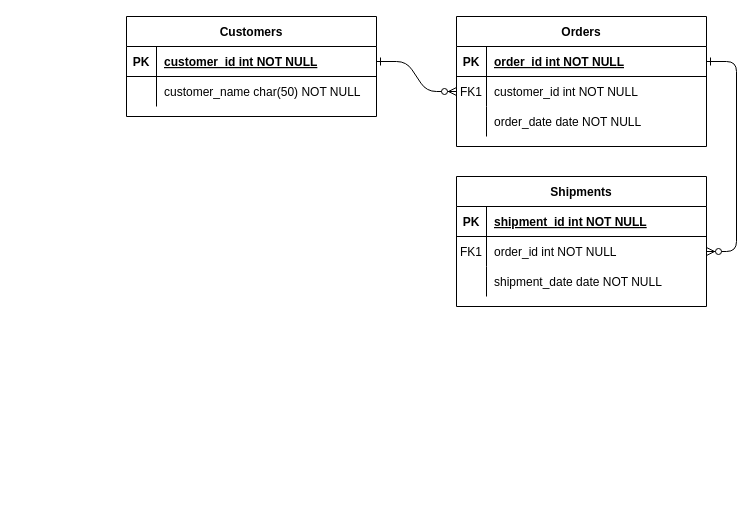
Above: bubgeting app.drawio in hieuchi04/draw.io (draw.io), before the change. Source tidied: cells renumbered, new cells numbered last; positions are measured from the earlier drawing's top-left corner, leaving out a move shared by most shapes. Both pictures are drawn from the tidied source at 100%, with x=0, y=0 at pixel (126, 16).
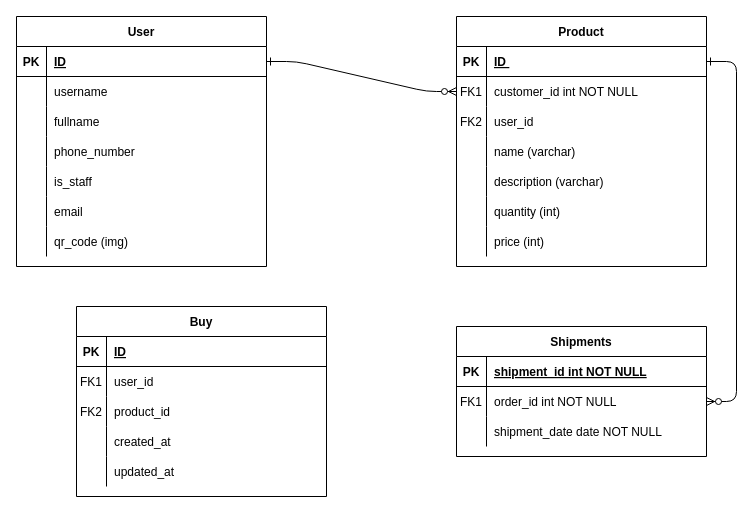
The same page after the edit.

The change refers to these unchanged cells:
```xml
<mxCell id="5" style="shape=partialRectangle;fillColor=none;points=[[0,0.5],[1,0.5]];portConstraint=eastwest;top=0;left=0;right=0;bottom=1;" parent="4" vertex="1">
  <mxGeometry y="30" width="250" height="30" as="geometry" />
</mxCell>
<mxCell id="25" style="shape=partialRectangle;fillColor=none;points=[[0,0.5],[1,0.5]];portConstraint=eastwest;top=0;left=0;right=0;bottom=1;" parent="24" vertex="1">
  <mxGeometry y="30" width="250" height="30" as="geometry" />
</mxCell>
<mxCell id="28" style="shape=partialRectangle;fillColor=none;top=0;left=0;right=0;bottom=0;" parent="24" vertex="1">
  <mxGeometry y="60" width="250" height="30" as="geometry" />
</mxCell>
```

What changed in the source:
```diff
@@
-    <mxCell id="4" value="Orders" style="shape=table;startSize=30;childLayout=tableLayout;rowLines=0;fontStyle=1;align=center;" parent="1" vertex="1">
-      <mxGeometry x="330" width="250" height="130" as="geometry" />
+    <mxCell id="4" value="Product" style="shape=table;startSize=30;childLayout=tableLayout;rowLines=0;fontStyle=1;align=center;" parent="1" vertex="1">
+      <mxGeometry x="330" width="250" height="250" as="geometry" />
     </mxCell>
@@
-    <mxCell id="7" value="order_id int NOT NULL " style="shape=partialRectangle;overflow=hidden;fillColor=none;top=0;left=0;bottom=0;right=0;align=left;spacingLeft=6;fontStyle=5;" parent="5" vertex="1">
+    <mxCell id="7" value="ID " style="shape=partialRectangle;overflow=hidden;fillColor=none;top=0;left=0;bottom=0;right=0;align=left;spacingLeft=6;fontStyle=5;" parent="5" vertex="1">
       <mxGeometry x="30" width="220" height="30" as="geometry" />
     </mxCell>
@@
+    <mxCell id="31" style="shape=partialRectangle;fillColor=none;top=0;left=0;right=0;bottom=0;" parent="4" vertex="1">
+      <mxGeometry y="90" width="250" height="30" as="geometry" />
+    </mxCell>
+    <mxCell id="32" value="FK2" style="shape=partialRectangle;overflow=hidden;fillColor=none;top=0;left=0;bottom=0;right=0;" parent="31" vertex="1">
+      <mxGeometry width="30" height="30" as="geometry" />
+    </mxCell>
+    <mxCell id="33" value="user_id" style="shape=partialRectangle;overflow=hidden;fillColor=none;top=0;left=0;bottom=0;right=0;align=left;spacingLeft=6;" parent="31" vertex="1">
+      <mxGeometry x="30" width="220" height="30" as="geometry" />
+    </mxCell>
     <mxCell id="11" style="shape=partialRectangle;fillColor=none;top=0;left=0;right=0;bottom=0;" parent="4" vertex="1">
-      <mxGeometry y="90" width="250" height="30" as="geometry" />
+      <mxGeometry y="120" width="250" height="30" as="geometry" />
     </mxCell>
@@
-    <mxCell id="13" value="order_date date NOT NULL" style="shape=partialRectangle;overflow=hidden;fillColor=none;top=0;left=0;bottom=0;right=0;align=left;spacingLeft=6;" parent="11" vertex="1">
+    <mxCell id="13" value="name (varchar)" style="shape=partialRectangle;overflow=hidden;fillColor=none;top=0;left=0;bottom=0;right=0;align=left;spacingLeft=6;" parent="11" vertex="1">
       <mxGeometry x="30" width="220" height="30" as="geometry" />
     </mxCell>
+    <mxCell id="34" style="shape=partialRectangle;fillColor=none;top=0;left=0;right=0;bottom=0;" parent="4" vertex="1">
+      <mxGeometry y="150" width="250" height="30" as="geometry" />
+    </mxCell>
+    <mxCell id="35" style="shape=partialRectangle;overflow=hidden;fillColor=none;top=0;left=0;bottom=0;right=0;" parent="34" vertex="1">
+      <mxGeometry width="30" height="30" as="geometry" />
+    </mxCell>
+    <mxCell id="36" value="description (varchar)" style="shape=partialRectangle;overflow=hidden;fillColor=none;top=0;left=0;bottom=0;right=0;align=left;spacingLeft=6;" parent="34" vertex="1">
+      <mxGeometry x="30" width="220" height="30" as="geometry" />
+    </mxCell>
+    <mxCell id="37" style="shape=partialRectangle;fillColor=none;top=0;left=0;right=0;bottom=0;" parent="4" vertex="1">
+      <mxGeometry y="180" width="250" height="30" as="geometry" />
+    </mxCell>
+    <mxCell id="38" style="shape=partialRectangle;overflow=hidden;fillColor=none;top=0;left=0;bottom=0;right=0;" parent="37" vertex="1">
+      <mxGeometry width="30" height="30" as="geometry" />
+    </mxCell>
+    <mxCell id="39" value="quantity (int)" style="shape=partialRectangle;overflow=hidden;fillColor=none;top=0;left=0;bottom=0;right=0;align=left;spacingLeft=6;" parent="37" vertex="1">
+      <mxGeometry x="30" width="220" height="30" as="geometry" />
+    </mxCell>
+    <mxCell id="40" style="shape=partialRectangle;fillColor=none;top=0;left=0;right=0;bottom=0;" parent="4" vertex="1">
+      <mxGeometry y="210" width="250" height="30" as="geometry" />
+    </mxCell>
+    <mxCell id="41" style="shape=partialRectangle;overflow=hidden;fillColor=none;top=0;left=0;bottom=0;right=0;" parent="40" vertex="1">
+      <mxGeometry width="30" height="30" as="geometry" />
+    </mxCell>
+    <mxCell id="42" value="price (int)" style="shape=partialRectangle;overflow=hidden;fillColor=none;top=0;left=0;bottom=0;right=0;align=left;spacingLeft=6;" parent="40" vertex="1">
+      <mxGeometry x="30" width="220" height="30" as="geometry" />
+    </mxCell>
     <mxCell id="14" value="Shipments" style="shape=table;startSize=30;childLayout=tableLayout;rowLines=0;fontStyle=1;align=center;" parent="1" vertex="1">
-      <mxGeometry x="330" y="160" width="250" height="130" as="geometry" />
+      <mxGeometry x="330" y="310" width="250" height="130" as="geometry" />
     </mxCell>
@@
-    <mxCell id="24" value="Customers" style="shape=table;startSize=30;childLayout=tableLayout;rowLines=0;fontStyle=1;align=center;" parent="1" vertex="1">
-      <mxGeometry width="250" height="100" as="geometry" />
+    <mxCell id="24" value="User" style="shape=table;startSize=30;childLayout=tableLayout;rowLines=0;fontStyle=1;align=center;" parent="1" vertex="1">
+      <mxGeometry x="-110" width="250" height="250" as="geometry" />
     </mxCell>
@@
-    <mxCell id="27" value="customer_id int NOT NULL " style="shape=partialRectangle;overflow=hidden;fillColor=none;top=0;left=0;bottom=0;right=0;align=left;spacingLeft=6;fontStyle=5;" parent="25" vertex="1">
+    <mxCell id="27" value="ID" style="shape=partialRectangle;overflow=hidden;fillColor=none;top=0;left=0;bottom=0;right=0;align=left;spacingLeft=6;fontStyle=5;" parent="25" vertex="1">
       <mxGeometry x="30" width="220" height="30" as="geometry" />
     </mxCell>
@@
-    <mxCell id="30" value="customer_name char(50) NOT NULL" style="shape=partialRectangle;overflow=hidden;fillColor=none;top=0;left=0;bottom=0;right=0;align=left;spacingLeft=6;" parent="28" vertex="1">
+    <mxCell id="30" value="username" style="shape=partialRectangle;overflow=hidden;fillColor=none;top=0;left=0;bottom=0;right=0;align=left;spacingLeft=6;" parent="28" vertex="1">
       <mxGeometry x="30" width="220" height="30" as="geometry" />
     </mxCell>
+    <mxCell id="43" style="shape=partialRectangle;fillColor=none;top=0;left=0;right=0;bottom=0;" parent="24" vertex="1">
+      <mxGeometry y="90" width="250" height="30" as="geometry" />
+    </mxCell>
+    <mxCell id="44" style="shape=partialRectangle;overflow=hidden;fillColor=none;top=0;left=0;bottom=0;right=0;" parent="43" vertex="1">
+      <mxGeometry width="30" height="30" as="geometry" />
+    </mxCell>
+    <mxCell id="45" value="fullname" style="shape=partialRectangle;overflow=hidden;fillColor=none;top=0;left=0;bottom=0;right=0;align=left;spacingLeft=6;" parent="43" vertex="1">
+      <mxGeometry x="30" width="220" height="30" as="geometry" />
+    </mxCell>
+    <mxCell id="46" style="shape=partialRectangle;fillColor=none;top=0;left=0;right=0;bottom=0;" parent="24" vertex="1">
+      <mxGeometry y="120" width="250" height="30" as="geometry" />
+    </mxCell>
+    <mxCell id="47" style="shape=partialRectangle;overflow=hidden;fillColor=none;top=0;left=0;bottom=0;right=0;" parent="46" vertex="1">
+      <mxGeometry width="30" height="30" as="geometry" />
+    </mxCell>
+    <mxCell id="48" value="phone_number" style="shape=partialRectangle;overflow=hidden;fillColor=none;top=0;left=0;bottom=0;right=0;align=left;spacingLeft=6;" parent="46" vertex="1">
+      <mxGeometry x="30" width="220" height="30" as="geometry" />
+    </mxCell>
+    <mxCell id="49" style="shape=partialRectangle;fillColor=none;top=0;left=0;right=0;bottom=0;" parent="24" vertex="1">
+      <mxGeometry y="150" width="250" height="30" as="geometry" />
+    </mxCell>
+    <mxCell id="50" style="shape=partialRectangle;overflow=hidden;fillColor=none;top=0;left=0;bottom=0;right=0;" parent="49" vertex="1">
+      <mxGeometry width="30" height="30" as="geometry" />
+    </mxCell>
+    <mxCell id="51" value="is_staff" style="shape=partialRectangle;overflow=hidden;fillColor=none;top=0;left=0;bottom=0;right=0;align=left;spacingLeft=6;" parent="49" vertex="1">
+      <mxGeometry x="30" width="220" height="30" as="geometry" />
+    </mxCell>
+    <mxCell id="52" style="shape=partialRectangle;fillColor=none;top=0;left=0;right=0;bottom=0;" parent="24" vertex="1">
+      <mxGeometry y="180" width="250" height="30" as="geometry" />
+    </mxCell>
+    <mxCell id="53" style="shape=partialRectangle;overflow=hidden;fillColor=none;top=0;left=0;bottom=0;right=0;" parent="52" vertex="1">
+      <mxGeometry width="30" height="30" as="geometry" />
+    </mxCell>
+    <mxCell id="54" value="email" style="shape=partialRectangle;overflow=hidden;fillColor=none;top=0;left=0;bottom=0;right=0;align=left;spacingLeft=6;" parent="52" vertex="1">
+      <mxGeometry x="30" width="220" height="30" as="geometry" />
+    </mxCell>
+    <mxCell id="55" style="shape=partialRectangle;fillColor=none;top=0;left=0;right=0;bottom=0;" parent="24" vertex="1">
+      <mxGeometry y="210" width="250" height="30" as="geometry" />
+    </mxCell>
+    <mxCell id="56" style="shape=partialRectangle;overflow=hidden;fillColor=none;top=0;left=0;bottom=0;right=0;" parent="55" vertex="1">
+      <mxGeometry width="30" height="30" as="geometry" />
+    </mxCell>
+    <mxCell id="57" value="qr_code (img)" style="shape=partialRectangle;overflow=hidden;fillColor=none;top=0;left=0;bottom=0;right=0;align=left;spacingLeft=6;" parent="55" vertex="1">
+      <mxGeometry x="30" width="220" height="30" as="geometry" />
+    </mxCell>
+    <mxCell id="58" value="Buy" style="shape=table;startSize=30;childLayout=tableLayout;rowLines=0;fontStyle=1;align=center;" parent="1" vertex="1">
+      <mxGeometry x="-50" y="290" width="250" height="190" as="geometry" />
+    </mxCell>
+    <mxCell id="59" style="shape=partialRectangle;fillColor=none;top=0;left=0;right=0;bottom=1;" parent="58" vertex="1">
+      <mxGeometry y="30" width="250" height="30" as="geometry" />
+    </mxCell>
+    <mxCell id="60" value="PK" style="shape=partialRectangle;overflow=hidden;fillColor=none;top=0;left=0;bottom=0;right=0;fontStyle=1;" parent="59" vertex="1">
+      <mxGeometry width="30" height="30" as="geometry" />
+    </mxCell>
+    <mxCell id="61" value="ID" style="shape=partialRectangle;overflow=hidden;fillColor=none;top=0;left=0;bottom=0;right=0;align=left;spacingLeft=6;fontStyle=5;" parent="59" vertex="1">
+      <mxGeometry x="30" width="220" height="30" as="geometry" />
+    </mxCell>
+    <mxCell id="62" style="shape=partialRectangle;fillColor=none;top=0;left=0;right=0;bottom=0;" parent="58" vertex="1">
+      <mxGeometry y="60" width="250" height="30" as="geometry" />
+    </mxCell>
+    <mxCell id="63" value="FK1" style="shape=partialRectangle;overflow=hidden;fillColor=none;top=0;left=0;bottom=0;right=0;" parent="62" vertex="1">
+      <mxGeometry width="30" height="30" as="geometry" />
+    </mxCell>
+    <mxCell id="64" value="user_id" style="shape=partialRectangle;overflow=hidden;fillColor=none;top=0;left=0;bottom=0;right=0;align=left;spacingLeft=6;" parent="62" vertex="1">
+      <mxGeometry x="30" width="220" height="30" as="geometry" />
+    </mxCell>
+    <mxCell id="65" style="shape=partialRectangle;fillColor=none;top=0;left=0;right=0;bottom=0;" parent="58" vertex="1">
+      <mxGeometry y="90" width="250" height="30" as="geometry" />
+    </mxCell>
+    <mxCell id="66" value="FK2" style="shape=partialRectangle;overflow=hidden;fillColor=none;top=0;left=0;bottom=0;right=0;" parent="65" vertex="1">
+      <mxGeometry width="30" height="30" as="geometry" />
+    </mxCell>
+    <mxCell id="67" value="product_id" style="shape=partialRectangle;overflow=hidden;fillColor=none;top=0;left=0;bottom=0;right=0;align=left;spacingLeft=6;" parent="65" vertex="1">
+      <mxGeometry x="30" width="220" height="30" as="geometry" />
+    </mxCell>
+    <mxCell id="68" style="shape=partialRectangle;fillColor=none;top=0;left=0;right=0;bottom=0;" parent="58" vertex="1">
+      <mxGeometry y="120" width="250" height="30" as="geometry" />
+    </mxCell>
+    <mxCell id="69" style="shape=partialRectangle;overflow=hidden;fillColor=none;top=0;left=0;bottom=0;right=0;" parent="68" vertex="1">
+      <mxGeometry width="30" height="30" as="geometry" />
+    </mxCell>
+    <mxCell id="70" value="created_at" style="shape=partialRectangle;overflow=hidden;fillColor=none;top=0;left=0;bottom=0;right=0;align=left;spacingLeft=6;" parent="68" vertex="1">
+      <mxGeometry x="30" width="220" height="30" as="geometry" />
+    </mxCell>
+    <mxCell id="71" style="shape=partialRectangle;fillColor=none;top=0;left=0;right=0;bottom=0;" parent="58" vertex="1">
+      <mxGeometry y="150" width="250" height="30" as="geometry" />
+    </mxCell>
+    <mxCell id="72" style="shape=partialRectangle;overflow=hidden;fillColor=none;top=0;left=0;bottom=0;right=0;" parent="71" vertex="1">
+      <mxGeometry width="30" height="30" as="geometry" />
+    </mxCell>
+    <mxCell id="73" value="updated_at" style="shape=partialRectangle;overflow=hidden;fillColor=none;top=0;left=0;bottom=0;right=0;align=left;spacingLeft=6;" parent="71" vertex="1">
+      <mxGeometry x="30" width="220" height="30" as="geometry" />
+    </mxCell>
```
